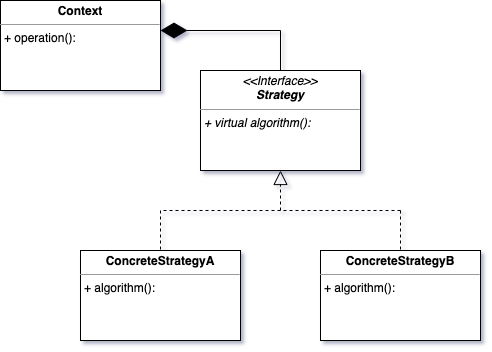
This is img/strategy.png from cmbrandt/cxx-fundamentals, a draw.io export, as it was before one commit. Source tidied: cells renumbered, new cells last; positions are measured from the earlier drawing's top-left corner, leaving out a move shared by most shapes.
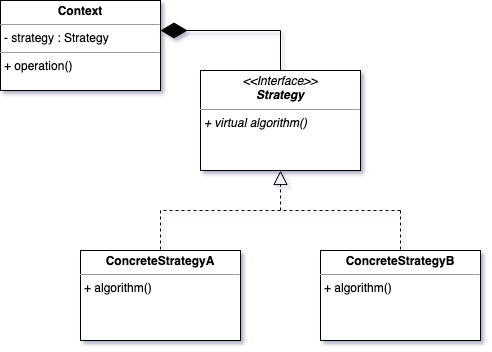
Above is the later version.

What changed in the source:
```diff
@@ -2,15 +2,12 @@
   <root>
     <mxCell id="0" />
     <mxCell id="1" parent="0" />
-    <mxCell id="2" value="&lt;p style=&quot;margin:0px;margin-top:4px;text-align:center;&quot;&gt;&lt;b&gt;ConcreteStrategyA&lt;/b&gt;&lt;/p&gt;&lt;hr size=&quot;1&quot;&gt;&lt;p style=&quot;margin:0px;margin-left:4px;&quot;&gt;&lt;/p&gt;&lt;p style=&quot;margin:0px;margin-left:4px;&quot;&gt;+ algorithm():&lt;/p&gt;" style="verticalAlign=top;align=left;overflow=fill;fontSize=12;fontFamily=Helvetica;html=1;whiteSpace=wrap;labelBackgroundColor=none;" parent="1" vertex="1">
+    <mxCell id="2" value="&lt;p style=&quot;margin:0px;margin-top:4px;text-align:center;&quot;&gt;&lt;b&gt;ConcreteStrategyA&lt;/b&gt;&lt;/p&gt;&lt;hr size=&quot;1&quot;&gt;&lt;p style=&quot;margin:0px;margin-left:4px;&quot;&gt;&lt;/p&gt;&lt;p style=&quot;margin:0px;margin-left:4px;&quot;&gt;+ algorithm()&lt;/p&gt;" style="verticalAlign=top;align=left;overflow=fill;fontSize=12;fontFamily=Helvetica;html=1;whiteSpace=wrap;labelBackgroundColor=none;" parent="1" vertex="1">
       <mxGeometry x="80" y="250" width="160" height="90" as="geometry" />
     </mxCell>
-    <mxCell id="3" value="&lt;p style=&quot;margin:0px;margin-top:4px;text-align:center;&quot;&gt;&lt;b&gt;ConcreteStrategyB&lt;/b&gt;&lt;/p&gt;&lt;hr size=&quot;1&quot;&gt;&lt;p style=&quot;margin:0px;margin-left:4px;&quot;&gt;&lt;/p&gt;&lt;p style=&quot;margin:0px;margin-left:4px;&quot;&gt;+ algorithm():&lt;/p&gt;" style="verticalAlign=top;align=left;overflow=fill;fontSize=12;fontFamily=Helvetica;html=1;whiteSpace=wrap;labelBackgroundColor=none;" parent="1" vertex="1">
+    <mxCell id="3" value="&lt;p style=&quot;margin:0px;margin-top:4px;text-align:center;&quot;&gt;&lt;b&gt;ConcreteStrategyB&lt;/b&gt;&lt;/p&gt;&lt;hr size=&quot;1&quot;&gt;&lt;p style=&quot;margin:0px;margin-left:4px;&quot;&gt;&lt;/p&gt;&lt;p style=&quot;margin:0px;margin-left:4px;&quot;&gt;+ algorithm()&lt;/p&gt;" style="verticalAlign=top;align=left;overflow=fill;fontSize=12;fontFamily=Helvetica;html=1;whiteSpace=wrap;labelBackgroundColor=none;" parent="1" vertex="1">
       <mxGeometry x="320" y="250" width="160" height="90" as="geometry" />
     </mxCell>
-    <mxCell id="4" value="&lt;p style=&quot;margin:0px;margin-top:4px;text-align:center;&quot;&gt;&lt;b&gt;Context&lt;/b&gt;&lt;/p&gt;&lt;hr size=&quot;1&quot;&gt;&lt;p style=&quot;margin:0px;margin-left:4px;&quot;&gt;&lt;/p&gt;&lt;p style=&quot;margin:0px;margin-left:4px;&quot;&gt;+ operation():&lt;/p&gt;" style="verticalAlign=top;align=left;overflow=fill;fontSize=12;fontFamily=Helvetica;html=1;whiteSpace=wrap;labelBackgroundColor=none;" parent="1" vertex="1">
-      <mxGeometry width="160" height="90" as="geometry" />
-    </mxCell>
     <mxCell id="5" style="endArrow=none;startArrow=none;endFill=0;startFill=0;endSize=8;html=1;verticalAlign=bottom;dashed=1;labelBackgroundColor=none;dashPattern=1 2;rounded=0;entryX=0.5;entryY=0;entryDx=0;entryDy=0;fontColor=default;" parent="1" edge="1" target="2">
       <mxGeometry relative="1" as="geometry">
         <mxPoint x="160" y="250" as="sourcePoint" />
@@ -38,7 +35,7 @@
         <mxPoint x="160" y="210" as="targetPoint" />
       </mxGeometry>
     </mxCell>
-    <mxCell id="10" value="&lt;p style=&quot;margin:0px;margin-top:4px;text-align:center;&quot;&gt;&lt;i&gt;&amp;lt;&amp;lt;Interface&amp;gt;&amp;gt;&lt;/i&gt;&lt;br&gt;&lt;b&gt;&lt;i&gt;Strategy&lt;/i&gt;&lt;/b&gt;&lt;/p&gt;&lt;hr size=&quot;1&quot;&gt;&lt;p style=&quot;margin:0px;margin-left:4px;&quot;&gt;&lt;/p&gt;&lt;p style=&quot;margin:0px;margin-left:4px;&quot;&gt;&lt;i&gt;+ virtual algorithm():&lt;br&gt;&lt;/i&gt;&lt;br&gt;&lt;/p&gt;" style="verticalAlign=top;align=left;overflow=fill;fontSize=12;fontFamily=Helvetica;html=1;whiteSpace=wrap;labelBackgroundColor=none;" parent="1" vertex="1">
+    <mxCell id="10" value="&lt;p style=&quot;margin:0px;margin-top:4px;text-align:center;&quot;&gt;&lt;i&gt;&amp;lt;&amp;lt;Interface&amp;gt;&amp;gt;&lt;/i&gt;&lt;br&gt;&lt;b&gt;&lt;i&gt;Strategy&lt;/i&gt;&lt;/b&gt;&lt;/p&gt;&lt;hr size=&quot;1&quot;&gt;&lt;p style=&quot;margin:0px;margin-left:4px;&quot;&gt;&lt;/p&gt;&lt;p style=&quot;margin:0px;margin-left:4px;&quot;&gt;&lt;i&gt;+ virtual algorithm()&lt;br&gt;&lt;/i&gt;&lt;br&gt;&lt;/p&gt;" style="verticalAlign=top;align=left;overflow=fill;fontSize=12;fontFamily=Helvetica;html=1;whiteSpace=wrap;labelBackgroundColor=none;" parent="1" vertex="1">
       <mxGeometry x="200" y="70" width="160" height="100" as="geometry" />
     </mxCell>
     <mxCell id="11" style="endArrow=block;dashed=1;endFill=0;endSize=12;html=1;rounded=0;entryX=0.5;entryY=1;entryDx=0;entryDy=0;labelBackgroundColor=none;fontColor=default;" parent="1" edge="1" target="10">
@@ -57,5 +54,8 @@
         <mxPoint x="280" y="30" as="targetPoint" />
       </mxGeometry>
     </mxCell>
+    <mxCell id="14" value="&lt;p style=&quot;margin:0px;margin-top:4px;text-align:center;&quot;&gt;&lt;b&gt;Context&lt;/b&gt;&lt;/p&gt;&lt;hr size=&quot;1&quot;&gt;&lt;p style=&quot;margin:0px;margin-left:4px;&quot;&gt;- strategy : Strategy&lt;/p&gt;&lt;hr size=&quot;1&quot;&gt;&lt;p style=&quot;margin:0px;margin-left:4px;&quot;&gt;+ operation()&lt;/p&gt;" style="verticalAlign=top;align=left;overflow=fill;fontSize=12;fontFamily=Helvetica;html=1;whiteSpace=wrap;" parent="1" vertex="1">
+      <mxGeometry width="160" height="90" as="geometry" />
+    </mxCell>
   </root>
 </mxGraphModel>
```
